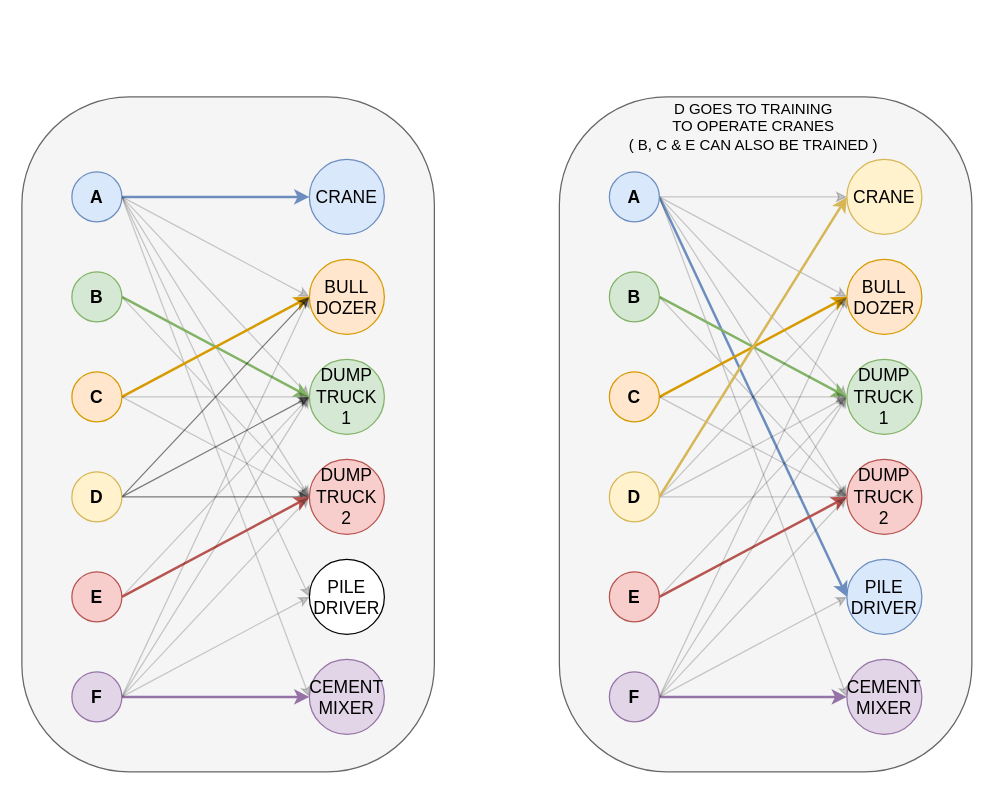
Above: HW2_2.drawio in edwardayala/Diagrams (draw.io), before the change. Source tidied: cells renumbered, new cells numbered last; positions are measured from the earlier drawing's top-left corner, leaving out a move shared by most shapes. Both pictures are drawn from the tidied source at 125%, with x=0, y=0 at pixel (21, 96).
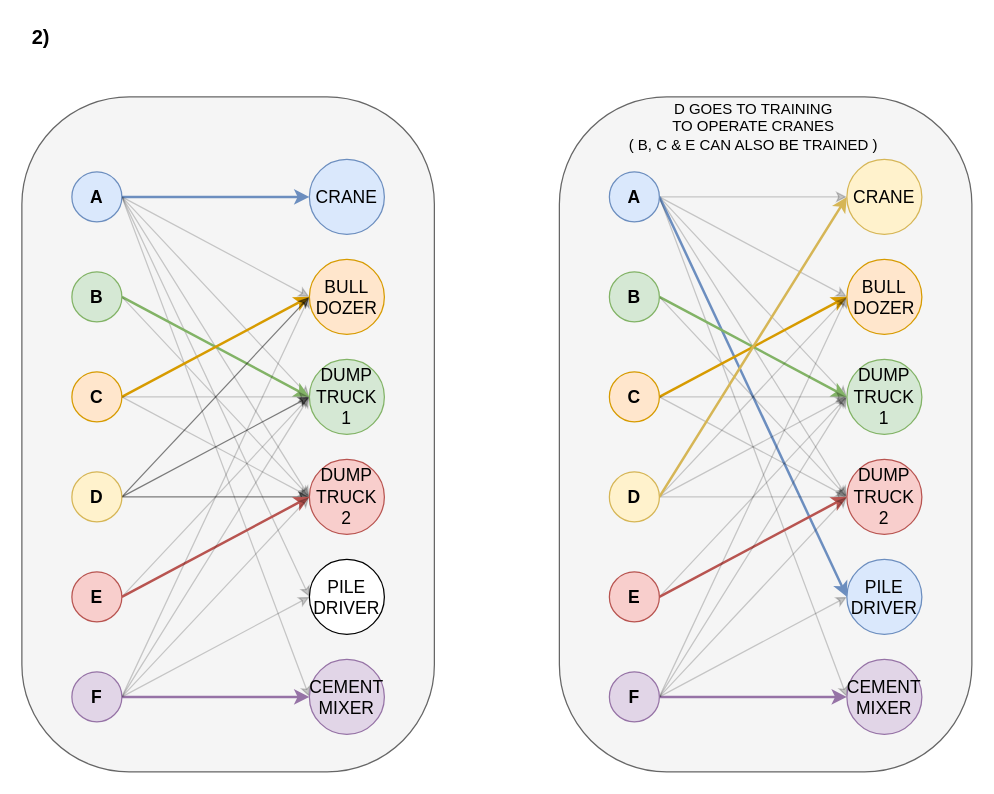
The same page after the edit.

Diff of the diagram source:
```diff
@@
+    <mxCell id="72" value="&lt;div&gt;&lt;b&gt;&lt;font style=&quot;font-size: 16px&quot;&gt;2)&lt;/font&gt;&lt;/b&gt;&lt;/div&gt;" style="text;html=1;align=center;verticalAlign=top;spacingTop=-4;" parent="1" vertex="1">
+      <mxGeometry y="-60" width="30" height="20" as="geometry" />
+    </mxCell>
```
